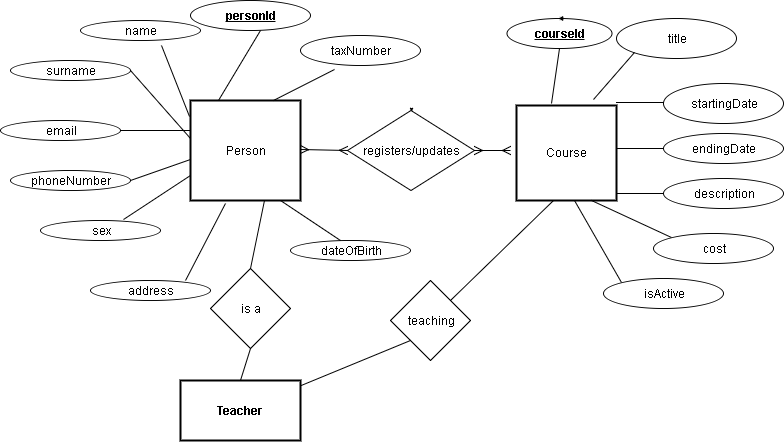
dalexo/AcademicManager keeps this draw.io diagram as Docs/AcademicManager.png. Above is the earlier version. Source tidied: cells renumbered, new cells last; positions are measured from the earlier drawing's top-left corner, leaving out a move shared by most shapes.
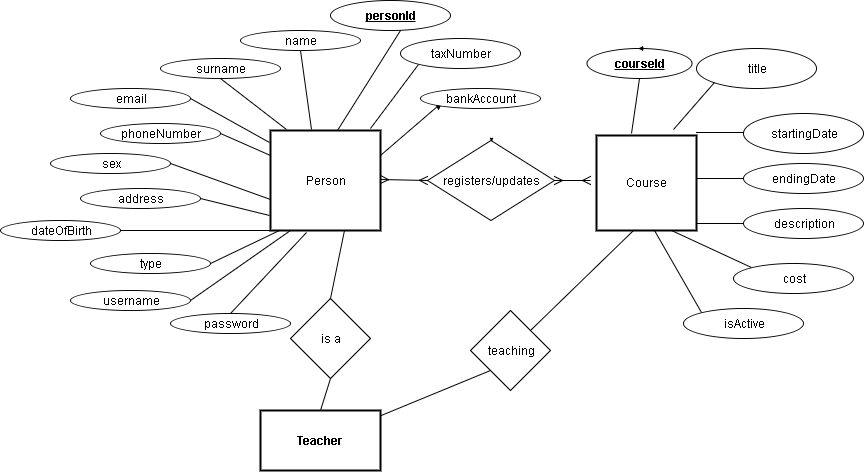
Later version of the same file.

Diff of the diagram source:
```diff
@@ -5,6 +5,9 @@
     <mxCell id="2" value="Course" style="strokeWidth=2;whiteSpace=wrap;html=1;align=center;" parent="1" vertex="1">
       <mxGeometry x="516" y="105" width="100" height="95" as="geometry" />
     </mxCell>
+    <mxCell id="53" style="edgeStyle=none;rounded=0;html=1;exitX=1;exitY=0.25;entryX=0;entryY=1;startArrow=none;startFill=0;jettySize=auto;endArrow=none;endFill=0;" parent="1" edge="1" source="3" target="60">
+      <mxGeometry relative="1" as="geometry" />
+    </mxCell>
     <mxCell id="3" value="Person" style="strokeWidth=2;whiteSpace=wrap;html=1;align=center;" parent="1" vertex="1">
       <mxGeometry x="190" y="100" width="110" height="100" as="geometry" />
     </mxCell>
@@ -61,50 +64,46 @@
       </mxGeometry>
     </mxCell>
     <mxCell id="17" value="&lt;b&gt;&lt;u&gt;personId&lt;/u&gt;&lt;/b&gt;" style="ellipse;whiteSpace=wrap;html=1;" parent="1" vertex="1">
-      <mxGeometry x="190" width="120" height="30" as="geometry" />
+      <mxGeometry x="250" y="-30" width="120" height="30" as="geometry" />
     </mxCell>
-    <mxCell id="18" style="html=1;endArrow=none;startArrow=none;exitX=0.25;exitY=0;entryX=0.583;entryY=1;entryPerimeter=0;startFill=0;endFill=0;" parent="1" edge="1" source="3" target="17">
+    <mxCell id="18" style="html=1;endArrow=none;startArrow=none;exitX=0.609;exitY=0;entryX=0.583;entryY=1;entryPerimeter=0;startFill=0;endFill=0;exitPerimeter=0;" parent="1" edge="1" source="3" target="17">
       <mxGeometry relative="1" as="geometry" />
     </mxCell>
+    <mxCell id="22" style="edgeStyle=none;rounded=0;html=1;exitX=0.5;exitY=1;entryX=0.373;entryY=-0.01;entryPerimeter=0;startArrow=none;startFill=0;endArrow=none;endFill=0;jettySize=auto;" parent="1" edge="1" source="19" target="3">
+      <mxGeometry relative="1" as="geometry" />
+    </mxCell>
     <mxCell id="19" value="name" style="ellipse;whiteSpace=wrap;html=1;" parent="1" vertex="1">
-      <mxGeometry x="80" y="20" width="120" height="20" as="geometry" />
+      <mxGeometry x="160" width="120" height="20" as="geometry" />
     </mxCell>
+    <mxCell id="54" style="edgeStyle=none;rounded=0;html=1;exitX=0.5;exitY=1;entryX=0.145;entryY=-0.01;entryPerimeter=0;startArrow=none;startFill=0;endArrow=none;endFill=0;jettySize=auto;" parent="1" edge="1" source="20" target="3">
+      <mxGeometry relative="1" as="geometry" />
+    </mxCell>
     <mxCell id="20" value="surname" style="ellipse;whiteSpace=wrap;html=1;" parent="1" vertex="1">
-      <mxGeometry x="10" y="60" width="120" height="20" as="geometry" />
+      <mxGeometry x="80" y="28" width="120" height="20" as="geometry" />
     </mxCell>
     <mxCell id="21" style="edgeStyle=none;rounded=0;html=1;exitX=1;exitY=0.5;jettySize=auto;orthogonalLoop=1;" parent="1" edge="1" source="20" target="20">
       <mxGeometry relative="1" as="geometry" />
     </mxCell>
-    <mxCell id="22" style="html=1;endArrow=none;startArrow=none;exitX=0.675;exitY=1.25;entryX=-0.009;entryY=0.16;entryPerimeter=0;exitPerimeter=0;endFill=0;startFill=0;" parent="1" edge="1" source="19" target="3">
-      <mxGeometry relative="1" as="geometry" />
-    </mxCell>
+    <mxCell id="55" style="edgeStyle=none;rounded=0;html=1;exitX=1;exitY=0.5;startArrow=none;startFill=0;endArrow=none;endFill=0;jettySize=auto;" parent="1" edge="1" source="23">
+      <mxGeometry relative="1" as="geometry">
+        <mxPoint x="190" y="169" as="targetPoint" />
+      </mxGeometry>
+    </mxCell>
     <mxCell id="23" value="sex" style="ellipse;whiteSpace=wrap;html=1;" parent="1" vertex="1">
-      <mxGeometry x="40" y="220" width="120" height="20" as="geometry" />
+      <mxGeometry x="-30" y="123" width="120" height="20" as="geometry" />
     </mxCell>
+    <mxCell id="56" style="edgeStyle=none;rounded=0;html=1;exitX=1;exitY=0.5;entryX=-0.009;entryY=0.85;entryPerimeter=0;startArrow=none;startFill=0;endArrow=none;endFill=0;jettySize=auto;" parent="1" edge="1" source="24" target="3">
+      <mxGeometry relative="1" as="geometry" />
+    </mxCell>
     <mxCell id="24" value="address" style="ellipse;whiteSpace=wrap;html=1;" parent="1" vertex="1">
-      <mxGeometry x="90" y="280" width="120" height="20" as="geometry" />
+      <mxGeometry y="158" width="120" height="20" as="geometry" />
     </mxCell>
-    <mxCell id="25" style="html=1;endArrow=none;startArrow=none;entryX=0.318;entryY=1.03;entryPerimeter=0;startFill=0;endFill=0;" parent="1" edge="1" target="3">
-      <mxGeometry relative="1" as="geometry">
-        <mxPoint x="185" y="280" as="sourcePoint" />
-      </mxGeometry>
-    </mxCell>
-    <mxCell id="26" style="html=1;endArrow=none;startArrow=none;entryX=0.318;entryY=1.03;entryPerimeter=0;exitX=0.692;exitY=-0.05;exitPerimeter=0;startFill=0;endFill=0;" parent="1" edge="1" source="23">
-      <mxGeometry relative="1" as="geometry">
-        <mxPoint x="190" y="175" as="targetPoint" />
-      </mxGeometry>
-    </mxCell>
-    <mxCell id="27" style="html=1;endArrow=none;startArrow=none;entryX=0.318;entryY=1.03;entryPerimeter=0;exitX=1;exitY=0.5;startFill=0;endFill=0;" parent="1" edge="1" source="20">
-      <mxGeometry relative="1" as="geometry">
-        <mxPoint x="190" y="138" as="targetPoint" />
-      </mxGeometry>
-    </mxCell>
     <mxCell id="28" value="dateOfBirth" style="ellipse;whiteSpace=wrap;html=1;" parent="1" vertex="1">
-      <mxGeometry x="290" y="240" width="120" height="20" as="geometry" />
+      <mxGeometry x="-80" y="190" width="120" height="20" as="geometry" />
     </mxCell>
-    <mxCell id="29" style="html=1;endArrow=none;startArrow=none;entryX=0.318;entryY=1.03;entryPerimeter=0;exitX=0.417;exitY=0;exitPerimeter=0;startFill=0;endFill=0;" parent="1" edge="1" source="28">
+    <mxCell id="29" style="html=1;endArrow=none;startArrow=none;exitX=1;exitY=0.5;startFill=0;endFill=0;" parent="1" edge="1" source="28">
       <mxGeometry relative="1" as="geometry">
-        <mxPoint x="280" y="200" as="targetPoint" />
+        <mxPoint x="190" y="200" as="targetPoint" />
       </mxGeometry>
     </mxCell>
     <mxCell id="30" style="edgeStyle=none;rounded=0;html=1;exitX=0.5;exitY=0;jettySize=auto;orthogonalLoop=1;" parent="1" edge="1" source="51" target="51">
@@ -139,12 +138,12 @@
     <mxCell id="39" style="edgeStyle=orthogonalEdgeStyle;rounded=0;html=1;exitX=0;exitY=1;entryX=0;entryY=1;startArrow=none;startFill=0;endArrow=none;endFill=0;jettySize=auto;orthogonalLoop=1;" parent="1" edge="1" source="36" target="36">
       <mxGeometry relative="1" as="geometry" />
     </mxCell>
+    <mxCell id="57" style="edgeStyle=none;rounded=0;html=1;exitX=0;exitY=1;entryX=0.909;entryY=-0.02;entryPerimeter=0;startArrow=none;startFill=0;endArrow=none;endFill=0;jettySize=auto;" parent="1" edge="1" source="40" target="3">
+      <mxGeometry relative="1" as="geometry" />
+    </mxCell>
     <mxCell id="40" value="tax&lt;span&gt;Number&lt;/span&gt;" style="ellipse;whiteSpace=wrap;html=1;" parent="1" vertex="1">
-      <mxGeometry x="300" y="35" width="120" height="30" as="geometry" />
+      <mxGeometry x="320" y="8" width="120" height="30" as="geometry" />
     </mxCell>
-    <mxCell id="41" style="html=1;endArrow=none;startArrow=none;entryX=0.285;entryY=1.127;startFill=0;endFill=0;entryPerimeter=0;exitX=0.75;exitY=0;" parent="1" edge="1" source="3" target="40">
-      <mxGeometry relative="1" as="geometry" />
-    </mxCell>
     <mxCell id="42" style="html=1;endArrow=none;startArrow=none;startFill=0;endFill=0;exitX=0.75;exitY=1;entryX=0;entryY=0;" parent="1" edge="1" source="2" target="43">
       <mxGeometry relative="1" as="geometry" />
     </mxCell>
@@ -158,22 +157,20 @@
       <mxGeometry x="603" y="278" width="120" height="30" as="geometry" />
     </mxCell>
     <mxCell id="46" value="phoneNumber" style="ellipse;whiteSpace=wrap;html=1;" parent="1" vertex="1">
-      <mxGeometry x="10" y="170" width="120" height="20" as="geometry" />
+      <mxGeometry x="20" y="93" width="120" height="20" as="geometry" />
     </mxCell>
-    <mxCell id="47" style="html=1;endArrow=none;startArrow=none;entryX=0;entryY=0.59;entryPerimeter=0;exitX=1;exitY=0.5;startFill=0;endFill=0;" parent="1" edge="1" source="46" target="3">
+    <mxCell id="47" style="html=1;endArrow=none;startArrow=none;entryX=0;entryY=0.25;exitX=1;exitY=0.5;startFill=0;endFill=0;" parent="1" edge="1" source="46" target="3">
       <mxGeometry relative="1" as="geometry" />
     </mxCell>
     <mxCell id="48" style="edgeStyle=orthogonalEdgeStyle;rounded=0;html=1;exitX=0.5;exitY=1;jettySize=auto;orthogonalLoop=1;" parent="1" edge="1" source="19" target="19">
       <mxGeometry relative="1" as="geometry" />
     </mxCell>
+    <mxCell id="58" style="edgeStyle=none;rounded=0;html=1;exitX=1;exitY=0.5;entryX=-0.009;entryY=0.12;entryPerimeter=0;startArrow=none;startFill=0;endArrow=none;endFill=0;jettySize=auto;" parent="1" edge="1" source="49" target="3">
+      <mxGeometry relative="1" as="geometry" />
+    </mxCell>
     <mxCell id="49" value="email" style="ellipse;whiteSpace=wrap;html=1;" parent="1" vertex="1">
-      <mxGeometry y="120" width="120" height="20" as="geometry" />
+      <mxGeometry x="-10" y="58" width="120" height="20" as="geometry" />
     </mxCell>
-    <mxCell id="50" style="edgeStyle=orthogonalEdgeStyle;rounded=0;html=1;exitX=1;exitY=0.5;endArrow=none;endFill=0;jettySize=auto;" parent="1" edge="1" source="49">
-      <mxGeometry relative="1" as="geometry">
-        <mxPoint x="190" y="130" as="targetPoint" />
-      </mxGeometry>
-    </mxCell>
     <mxCell id="51" value="registers/updates" style="rhombus;whiteSpace=wrap;html=1;" parent="1" vertex="1">
       <mxGeometry x="347" y="110" width="127" height="80" as="geometry" />
     </mxCell>
@@ -182,5 +179,47 @@
         <mxPoint x="510" y="150" as="targetPoint" />
       </mxGeometry>
     </mxCell>
+    <mxCell id="59" style="edgeStyle=orthogonalEdgeStyle;rounded=0;html=1;exitX=0;exitY=1;jettySize=auto;" parent="1" edge="1" source="60">
+      <mxGeometry relative="1" as="geometry">
+        <mxPoint x="358" y="80" as="targetPoint" />
+      </mxGeometry>
+    </mxCell>
+    <mxCell id="60" value="bankAccount" style="ellipse;whiteSpace=wrap;html=1;" parent="1" vertex="1">
+      <mxGeometry x="340" y="58" width="120" height="20" as="geometry" />
+    </mxCell>
+    <mxCell id="61" style="edgeStyle=orthogonalEdgeStyle;rounded=0;html=1;exitX=0.5;exitY=1;entryX=0.5;entryY=1;jettySize=auto;orthogonalLoop=1;" parent="1" edge="1" source="24" target="24">
+      <mxGeometry relative="1" as="geometry" />
+    </mxCell>
+    <mxCell id="62" style="edgeStyle=orthogonalEdgeStyle;rounded=0;html=1;exitX=1;exitY=0.25;entryX=1;entryY=0.25;startArrow=none;startFill=0;jettySize=auto;orthogonalLoop=1;" parent="1" edge="1" source="3" target="3">
+      <mxGeometry relative="1" as="geometry" />
+    </mxCell>
+    <mxCell id="63" style="edgeStyle=none;rounded=0;html=1;exitX=0.5;exitY=1;startArrow=none;startFill=0;endArrow=none;endFill=0;jettySize=auto;orthogonalLoop=1;" parent="1" edge="1" source="17" target="17">
+      <mxGeometry relative="1" as="geometry" />
+    </mxCell>
+    <mxCell id="64" style="edgeStyle=none;rounded=0;html=1;exitX=0.5;exitY=1;entryX=0.5;entryY=1;startArrow=none;startFill=0;endArrow=none;endFill=0;jettySize=auto;orthogonalLoop=1;" parent="1" edge="1" source="19" target="19">
+      <mxGeometry relative="1" as="geometry" />
+    </mxCell>
+    <mxCell id="65" style="edgeStyle=none;rounded=0;html=1;exitX=1;exitY=0.5;startArrow=none;startFill=0;endArrow=none;endFill=0;jettySize=auto;" parent="1" edge="1" source="66">
+      <mxGeometry relative="1" as="geometry">
+        <mxPoint x="199" y="200" as="targetPoint" />
+      </mxGeometry>
+    </mxCell>
+    <mxCell id="66" value="type" style="ellipse;whiteSpace=wrap;html=1;" parent="1" vertex="1">
+      <mxGeometry x="10" y="223" width="120" height="20" as="geometry" />
+    </mxCell>
+    <mxCell id="67" style="edgeStyle=none;rounded=0;html=1;exitX=1;exitY=0.5;startArrow=none;startFill=0;endArrow=none;endFill=0;jettySize=auto;" parent="1" edge="1" source="68">
+      <mxGeometry relative="1" as="geometry">
+        <mxPoint x="210" y="200" as="targetPoint" />
+      </mxGeometry>
+    </mxCell>
+    <mxCell id="68" value="username" style="ellipse;whiteSpace=wrap;html=1;" parent="1" vertex="1">
+      <mxGeometry x="-10" y="260" width="120" height="20" as="geometry" />
+    </mxCell>
+    <mxCell id="69" style="edgeStyle=none;rounded=0;html=1;exitX=0.5;exitY=0;entryX=0.327;entryY=1.02;entryPerimeter=0;startArrow=none;startFill=0;endArrow=none;endFill=0;jettySize=auto;" parent="1" edge="1" source="70" target="3">
+      <mxGeometry relative="1" as="geometry" />
+    </mxCell>
+    <mxCell id="70" value="password" style="ellipse;whiteSpace=wrap;html=1;" parent="1" vertex="1">
+      <mxGeometry x="90" y="283" width="120" height="20" as="geometry" />
+    </mxCell>
   </root>
 </mxGraphModel>
```
